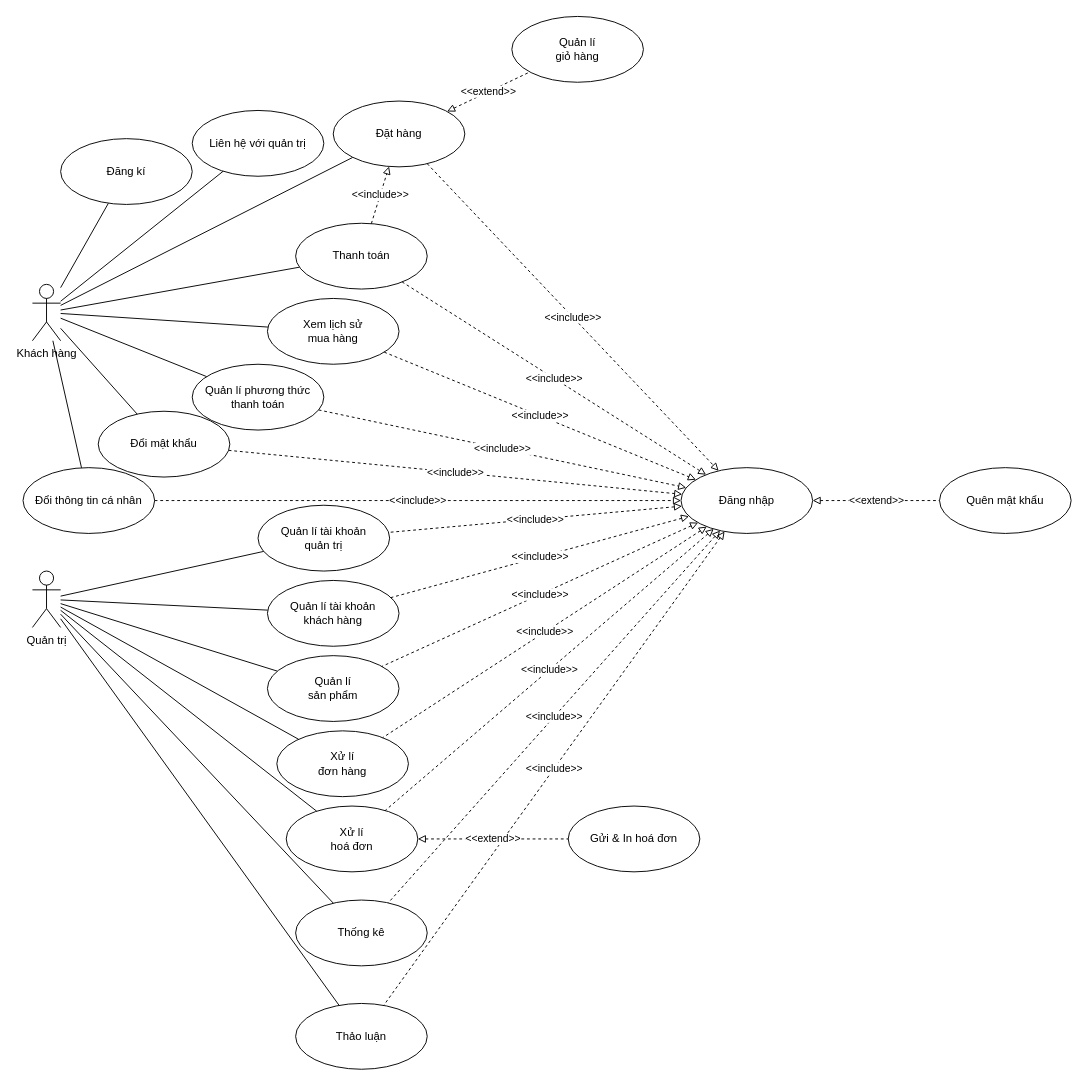
Before: page "Page-1" (1 of 4) of Nam3_HK1/CNPM_SoftTech/Usecase Diagrams/UseCaseDiagram_TongQuat.drawio in EdgarIgnite16/SGU-Course, a draw.io diagram. Source tidied: cells renumbered, new cells numbered last; positions are measured from the earlier drawing's top-left corner, leaving out a move shared by most shapes. Both pictures are drawn from the tidied source at 94%, with x=0, y=0 at pixel (23, 16).
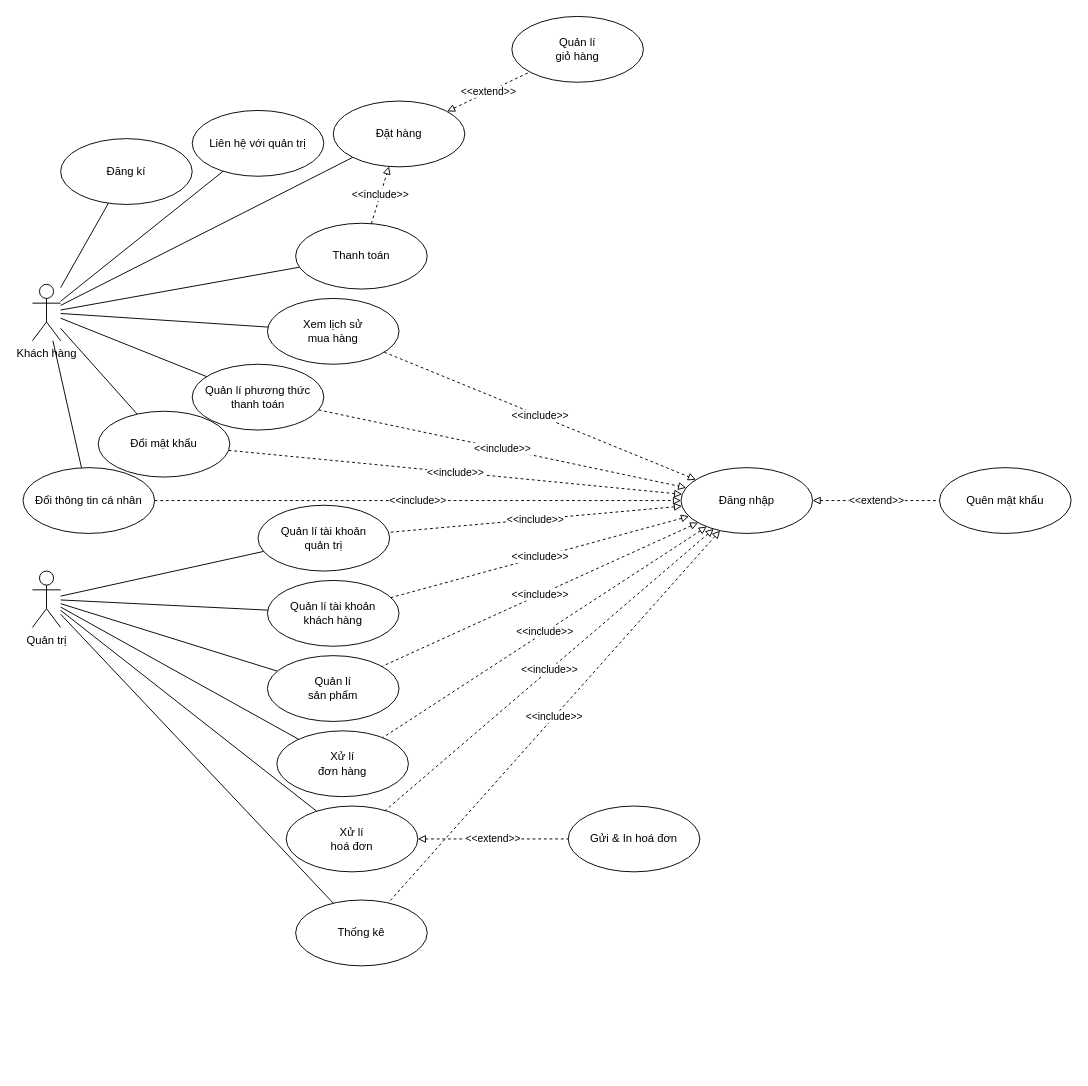
The same diagram, later.

Unchanged cells that the change refers to:
```xml
<mxCell id="6" value="Quản trị" style="shape=umlActor;verticalLabelPosition=bottom;verticalAlign=top;html=1;outlineConnect=0;" parent="1" vertex="1">
  <mxGeometry x="10" y="590" width="30" height="60" as="geometry" />
</mxCell>
<mxCell id="9" value="Đăng nhập" style="ellipse;whiteSpace=wrap;html=1;" parent="1" vertex="1">
  <mxGeometry x="700" y="480" width="140" height="70" as="geometry" />
</mxCell>
<mxCell id="11" value="Thanh toán" style="ellipse;whiteSpace=wrap;html=1;" parent="1" vertex="1">
  <mxGeometry x="290" y="220" width="140" height="70" as="geometry" />
</mxCell>
<mxCell id="14" value="Đặt hàng" style="ellipse;whiteSpace=wrap;html=1;" parent="1" vertex="1">
  <mxGeometry x="330" y="90" width="140" height="70" as="geometry" />
</mxCell>
```

Change to the diagram source:
```diff
@@
-    <mxCell id="12" value="&amp;lt;&amp;lt;include&amp;gt;&amp;gt;" style="jettySize=auto;html=1;strokeColor=default;rounded=0;dashed=1;endArrow=none;endFill=0;startArrow=block;startFill=0;" parent="1" edge="1" source="9" target="11">
-      <mxGeometry relative="1" as="geometry" />
-    </mxCell>
-    <mxCell id="13" value="&amp;lt;&amp;lt;include&amp;gt;&amp;gt;" style="edgeStyle=none;rounded=0;jettySize=auto;html=1;startArrow=none;startFill=0;endArrow=block;endFill=0;dashed=1;" parent="1" edge="1" source="14" target="9">
-      <mxGeometry relative="1" as="geometry" />
-    </mxCell>
@@
-    <mxCell id="40" value="Thảo luận" style="ellipse;whiteSpace=wrap;html=1;" parent="1" vertex="1">
-      <mxGeometry x="290" y="1050" width="140" height="70" as="geometry" />
-    </mxCell>
-    <mxCell id="41" style="edgeStyle=none;rounded=0;jettySize=auto;html=1;endArrow=none;endFill=0;" parent="1" edge="1" source="6" target="40">
-      <mxGeometry relative="1" as="geometry" />
-    </mxCell>
-    <mxCell id="42" value="&amp;lt;&amp;lt;include&amp;gt;&amp;gt;" style="jettySize=auto;html=1;strokeColor=default;rounded=0;dashed=1;endArrow=none;endFill=0;startArrow=block;startFill=0;" parent="1" edge="1" source="9" target="40">
-      <mxGeometry relative="1" as="geometry" />
-    </mxCell>
```
